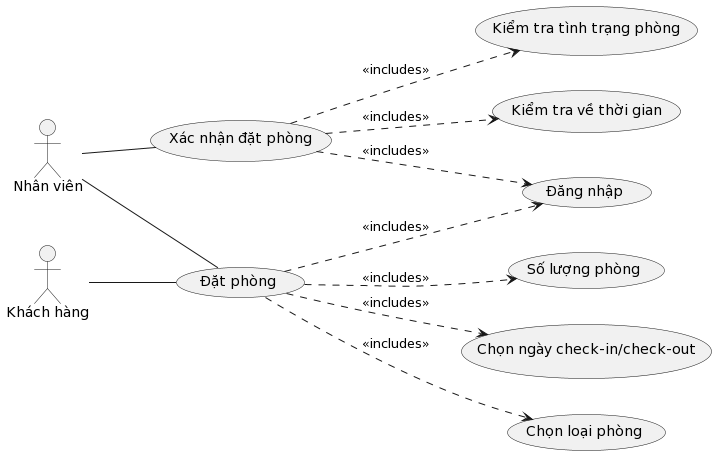
Earlier version of the PlantUML export Lab 1/Lab 1.2/usecase diagram/Quản lý đặt phòng.png (KhanhDo2604/SE357-Pratice-class).
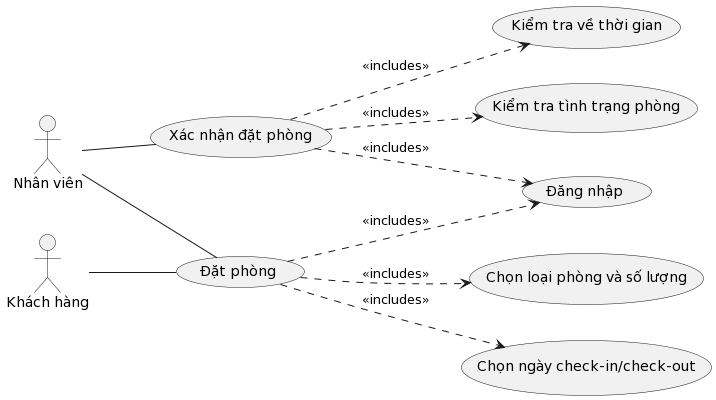
Above is the later version.

The edit, as a diff of the source:
```diff
@@ -8,9 +8,8 @@
 usecase Dang_nhap as "Đăng nhập"
 usecase Kiem_tra_ve_thoi_gian as "Kiểm tra về thời gian"
 usecase Kiem_tra_tinh_trang_phong as "Kiểm tra tình trạng phòng"
-usecase So_luong_phong as "Số lượng phòng"
 usecase Chon_ngay_checkin_checkout as "Chọn ngày check-in/check-out"
-usecase Chon_loai_phong as "Chọn loại phòng"
+usecase Chon_loai_phong as "Chọn loại phòng và số lượng"
 
 Khach_hang -- Dat_phong
 Nhan_vien -- Xac_nhan_dat_phong
@@ -20,7 +19,6 @@
 Xac_nhan_dat_phong ..> Dang_nhap : <<includes>>
 Xac_nhan_dat_phong ..> Kiem_tra_ve_thoi_gian : <<includes>>
 Xac_nhan_dat_phong ..> Kiem_tra_tinh_trang_phong : <<includes>>
-Dat_phong ..> So_luong_phong : <<includes>>
 Dat_phong ..> Chon_ngay_checkin_checkout : <<includes>>
 Dat_phong ..> Chon_loai_phong : <<includes>>
 @enduml
```
